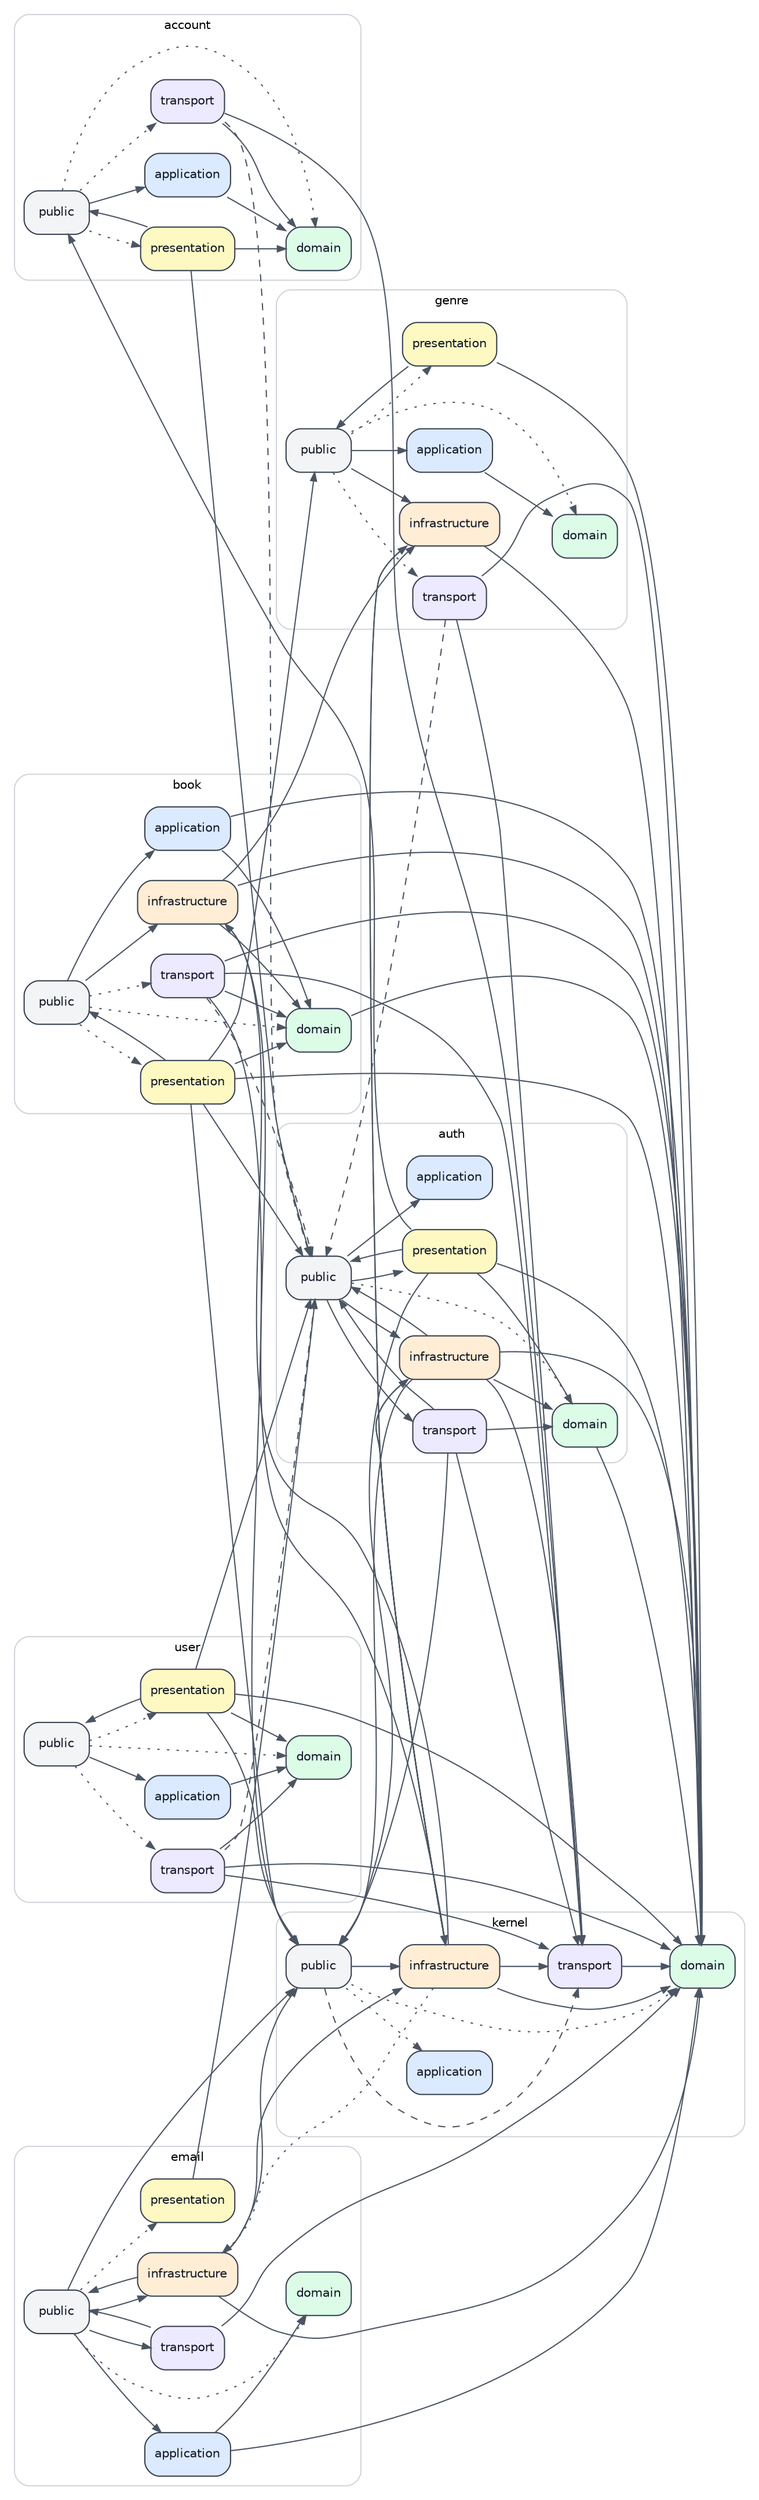
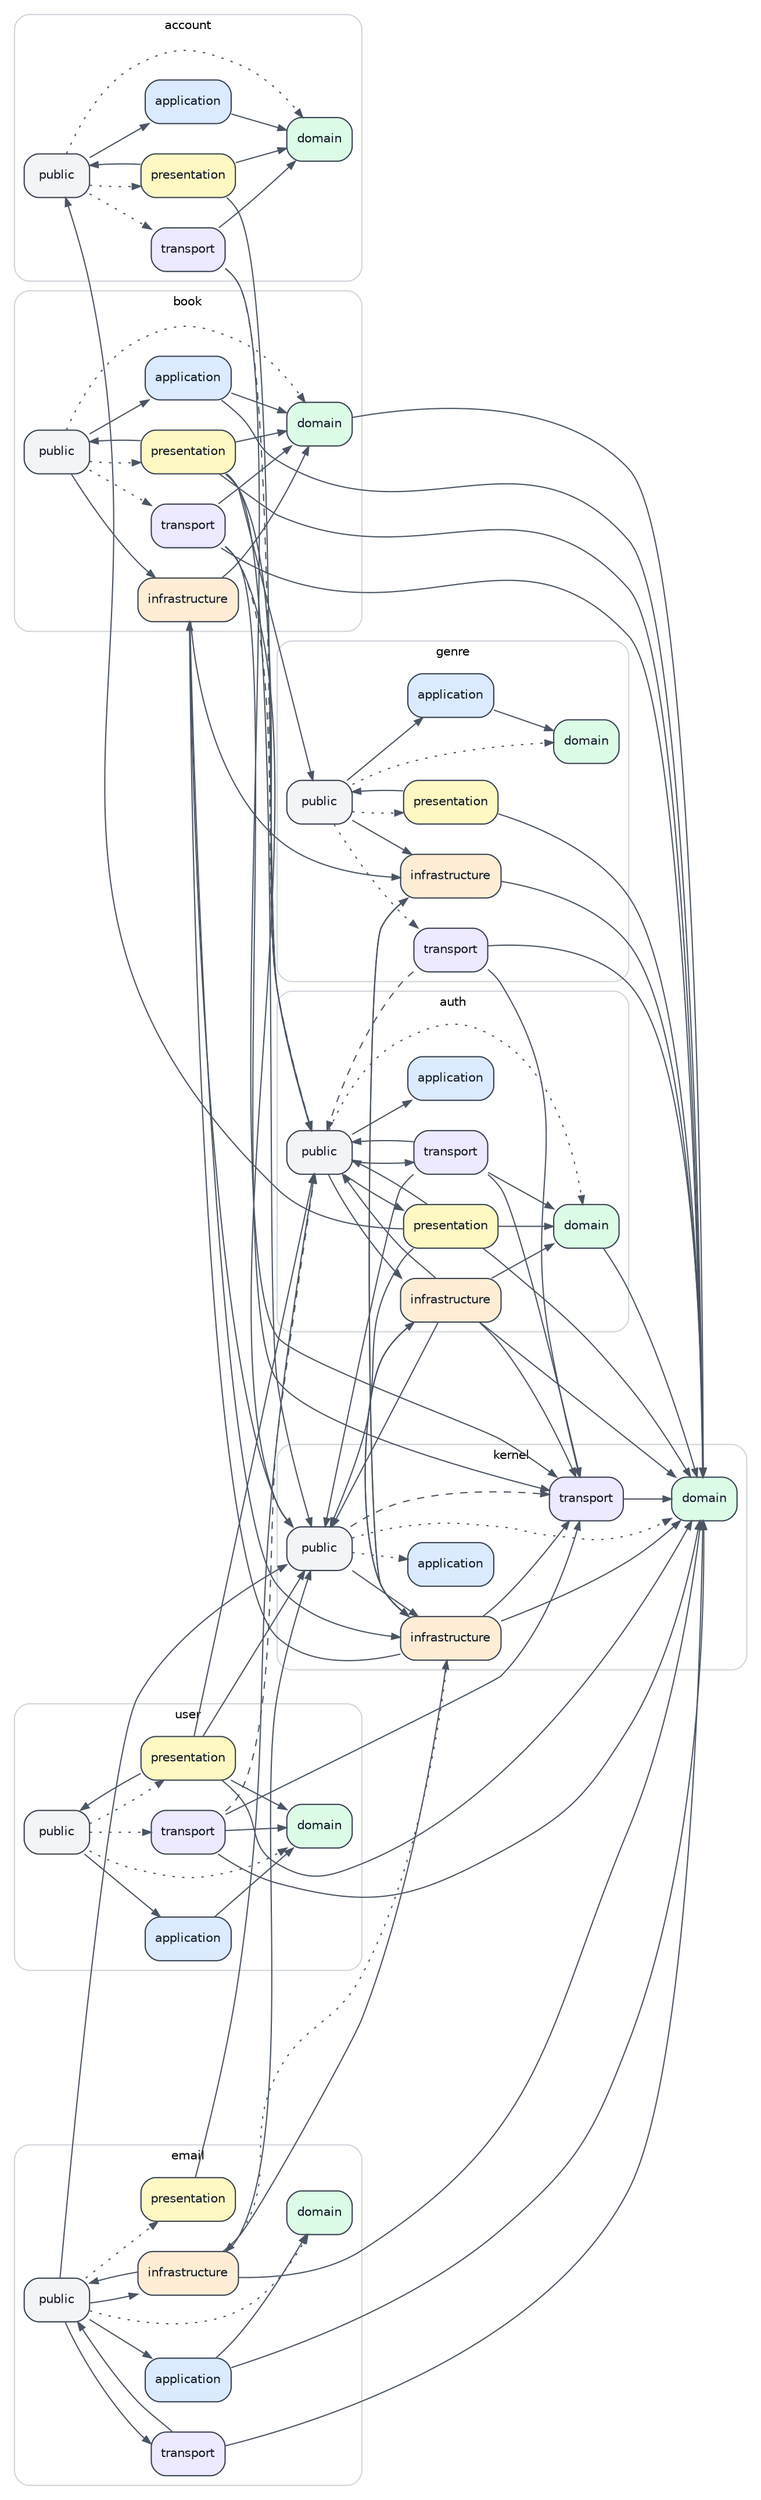
digraph ModuleLayerDependencies {
  graph [rankdir="LR", compound="true", fontname="Helvetica", fontsize="10", nodesep="0.35", ranksep="0.55"];
  node [shape="box", style="rounded,filled", fontname="Helvetica", fontsize="10", color="#374151", fontcolor="#111827"];
  edge [arrowsize="0.7", color="#4b5563", fontname="Helvetica", fontsize="9"];

  subgraph cluster_account {
    label="account";
    color="#d1d5db";
    style="rounded";
    "account/public" [label="public", fillcolor="#f3f4f6"];
    "account/application" [label="application", fillcolor="#dbeafe"];
    "account/domain" [label="domain", fillcolor="#dcfce7"];
    "account/presentation" [label="presentation", fillcolor="#fef9c3"];
    "account/transport" [label="transport", fillcolor="#ede9fe"];
  }

  subgraph cluster_auth {
    label="auth";
    color="#d1d5db";
    style="rounded";
    "auth/public" [label="public", fillcolor="#f3f4f6"];
    "auth/application" [label="application", fillcolor="#dbeafe"];
    "auth/domain" [label="domain", fillcolor="#dcfce7"];
    "auth/infrastructure" [label="infrastructure", fillcolor="#ffedd5"];
    "auth/presentation" [label="presentation", fillcolor="#fef9c3"];
    "auth/transport" [label="transport", fillcolor="#ede9fe"];
  }

  subgraph cluster_book {
    label="book";
    color="#d1d5db";
    style="rounded";
    "book/public" [label="public", fillcolor="#f3f4f6"];
    "book/application" [label="application", fillcolor="#dbeafe"];
    "book/domain" [label="domain", fillcolor="#dcfce7"];
    "book/infrastructure" [label="infrastructure", fillcolor="#ffedd5"];
    "book/presentation" [label="presentation", fillcolor="#fef9c3"];
    "book/transport" [label="transport", fillcolor="#ede9fe"];
  }

  subgraph cluster_email {
    label="email";
    color="#d1d5db";
    style="rounded";
    "email/public" [label="public", fillcolor="#f3f4f6"];
    "email/application" [label="application", fillcolor="#dbeafe"];
    "email/domain" [label="domain", fillcolor="#dcfce7"];
    "email/infrastructure" [label="infrastructure", fillcolor="#ffedd5"];
    "email/presentation" [label="presentation", fillcolor="#fef9c3"];
    "email/transport" [label="transport", fillcolor="#ede9fe"];
  }

  subgraph cluster_genre {
    label="genre";
    color="#d1d5db";
    style="rounded";
    "genre/public" [label="public", fillcolor="#f3f4f6"];
    "genre/application" [label="application", fillcolor="#dbeafe"];
    "genre/domain" [label="domain", fillcolor="#dcfce7"];
    "genre/infrastructure" [label="infrastructure", fillcolor="#ffedd5"];
    "genre/presentation" [label="presentation", fillcolor="#fef9c3"];
    "genre/transport" [label="transport", fillcolor="#ede9fe"];
  }

  subgraph cluster_kernel {
    label="kernel";
    color="#d1d5db";
    style="rounded";
    "kernel/public" [label="public", fillcolor="#f3f4f6"];
    "kernel/application" [label="application", fillcolor="#dbeafe"];
    "kernel/domain" [label="domain", fillcolor="#dcfce7"];
    "kernel/infrastructure" [label="infrastructure", fillcolor="#ffedd5"];
    "kernel/transport" [label="transport", fillcolor="#ede9fe"];
  }

  subgraph cluster_user {
    label="user";
    color="#d1d5db";
    style="rounded";
    "user/public" [label="public", fillcolor="#f3f4f6"];
    "user/application" [label="application", fillcolor="#dbeafe"];
    "user/domain" [label="domain", fillcolor="#dcfce7"];
    "user/presentation" [label="presentation", fillcolor="#fef9c3"];
    "user/transport" [label="transport", fillcolor="#ede9fe"];
  }

  "account/application" -> "account/domain" [style="solid"];
  "account/presentation" -> "account/domain" [style="solid"];
  "account/presentation" -> "account/public" [style="solid"];
  "account/presentation" -> "auth/public" [style="solid"];
  "account/public" -> "account/application" [style="solid"];
  "account/public" -> "account/domain" [style="dotted"];
  "account/public" -> "account/presentation" [style="dotted"];
  "account/public" -> "account/transport" [style="dotted"];
  "account/transport" -> "account/domain" [style="solid"];
  "account/transport" -> "auth/public" [style="dashed"];
  "account/transport" -> "kernel/transport" [style="solid"];
  "auth/domain" -> "kernel/domain" [style="solid"];
  "auth/infrastructure" -> "auth/domain" [style="solid"];
  "auth/infrastructure" -> "auth/public" [style="solid"];
  "auth/infrastructure" -> "kernel/domain" [style="solid"];
  "auth/infrastructure" -> "kernel/infrastructure" [style="solid"];
  "auth/infrastructure" -> "kernel/public" [style="solid"];
  "auth/infrastructure" -> "kernel/transport" [style="solid"];
  "auth/presentation" -> "account/public" [style="solid"];
  "auth/presentation" -> "auth/domain" [style="solid"];
  "auth/presentation" -> "auth/public" [style="solid"];
  "auth/presentation" -> "kernel/domain" [style="solid"];
  "auth/presentation" -> "kernel/public" [style="solid"];
  "auth/public" -> "auth/application" [style="solid"];
  "auth/public" -> "auth/domain" [style="dotted"];
  "auth/public" -> "auth/infrastructure" [style="solid"];
  "auth/public" -> "auth/presentation" [style="solid"];
  "auth/public" -> "auth/transport" [style="solid"];
  "auth/transport" -> "auth/domain" [style="solid"];
  "auth/transport" -> "auth/public" [style="solid"];
  "auth/transport" -> "kernel/public" [style="solid"];
  "auth/transport" -> "kernel/transport" [style="solid"];
  "book/application" -> "book/domain" [style="solid"];
  "book/application" -> "kernel/domain" [style="solid"];
  "book/domain" -> "kernel/domain" [style="solid"];
  "book/infrastructure" -> "book/domain" [style="solid"];
  "book/infrastructure" -> "genre/infrastructure" [style="solid"];
-   "book/infrastructure" -> "kernel/domain" [style="solid"];
  "book/infrastructure" -> "kernel/infrastructure" [style="solid"];
+   "book/infrastructure" -> "kernel/public" [style="solid"];
  "book/presentation" -> "auth/public" [style="solid"];
  "book/presentation" -> "book/domain" [style="solid"];
  "book/presentation" -> "book/public" [style="solid"];
  "book/presentation" -> "genre/public" [style="solid"];
  "book/presentation" -> "kernel/domain" [style="solid"];
  "book/presentation" -> "kernel/public" [style="solid"];
  "book/public" -> "book/application" [style="solid"];
  "book/public" -> "book/domain" [style="dotted"];
  "book/public" -> "book/infrastructure" [style="solid"];
  "book/public" -> "book/presentation" [style="dotted"];
  "book/public" -> "book/transport" [style="dotted"];
  "book/transport" -> "auth/public" [style="dashed"];
  "book/transport" -> "book/domain" [style="solid"];
  "book/transport" -> "kernel/domain" [style="solid"];
  "book/transport" -> "kernel/public" [style="solid"];
  "book/transport" -> "kernel/transport" [style="solid"];
  "email/application" -> "email/domain" [style="solid"];
  "email/application" -> "kernel/domain" [style="solid"];
  "email/infrastructure" -> "email/public" [style="solid"];
  "email/infrastructure" -> "kernel/domain" [style="solid"];
  "email/infrastructure" -> "kernel/infrastructure" [style="solid"];
  "email/infrastructure" -> "kernel/public" [style="solid"];
  "email/presentation" -> "auth/public" [style="solid"];
  "email/public" -> "email/application" [style="solid"];
  "email/public" -> "email/domain" [style="dotted"];
  "email/public" -> "email/infrastructure" [style="solid"];
  "email/public" -> "email/presentation" [style="dotted"];
  "email/public" -> "email/transport" [style="solid"];
  "email/public" -> "kernel/public" [style="solid"];
  "email/transport" -> "email/public" [style="solid"];
  "email/transport" -> "kernel/domain" [style="solid"];
  "genre/application" -> "genre/domain" [style="solid"];
  "genre/infrastructure" -> "kernel/domain" [style="solid"];
  "genre/infrastructure" -> "kernel/infrastructure" [style="solid"];
  "genre/presentation" -> "genre/public" [style="solid"];
  "genre/presentation" -> "kernel/domain" [style="solid"];
  "genre/public" -> "genre/application" [style="solid"];
  "genre/public" -> "genre/domain" [style="dotted"];
  "genre/public" -> "genre/infrastructure" [style="solid"];
  "genre/public" -> "genre/presentation" [style="dotted"];
  "genre/public" -> "genre/transport" [style="dotted"];
  "genre/transport" -> "auth/public" [style="dashed"];
  "genre/transport" -> "kernel/domain" [style="solid"];
  "genre/transport" -> "kernel/transport" [style="solid"];
  "kernel/infrastructure" -> "auth/infrastructure" [style="solid"];
  "kernel/infrastructure" -> "book/infrastructure" [style="solid"];
  "kernel/infrastructure" -> "email/infrastructure" [style="dotted"];
  "kernel/infrastructure" -> "genre/infrastructure" [style="solid"];
  "kernel/infrastructure" -> "kernel/domain" [style="solid"];
  "kernel/infrastructure" -> "kernel/transport" [style="solid"];
  "kernel/public" -> "kernel/application" [style="dotted"];
  "kernel/public" -> "kernel/domain" [style="dotted"];
  "kernel/public" -> "kernel/infrastructure" [style="solid"];
  "kernel/public" -> "kernel/transport" [style="dashed"];
  "kernel/transport" -> "kernel/domain" [style="solid"];
  "user/application" -> "user/domain" [style="solid"];
  "user/presentation" -> "auth/public" [style="solid"];
  "user/presentation" -> "kernel/domain" [style="solid"];
  "user/presentation" -> "kernel/public" [style="solid"];
  "user/presentation" -> "user/domain" [style="solid"];
  "user/presentation" -> "user/public" [style="solid"];
  "user/public" -> "user/application" [style="solid"];
  "user/public" -> "user/domain" [style="dotted"];
  "user/public" -> "user/presentation" [style="dotted"];
  "user/public" -> "user/transport" [style="dotted"];
  "user/transport" -> "auth/public" [style="dashed"];
  "user/transport" -> "kernel/domain" [style="solid"];
  "user/transport" -> "kernel/transport" [style="solid"];
  "user/transport" -> "user/domain" [style="solid"];
}
